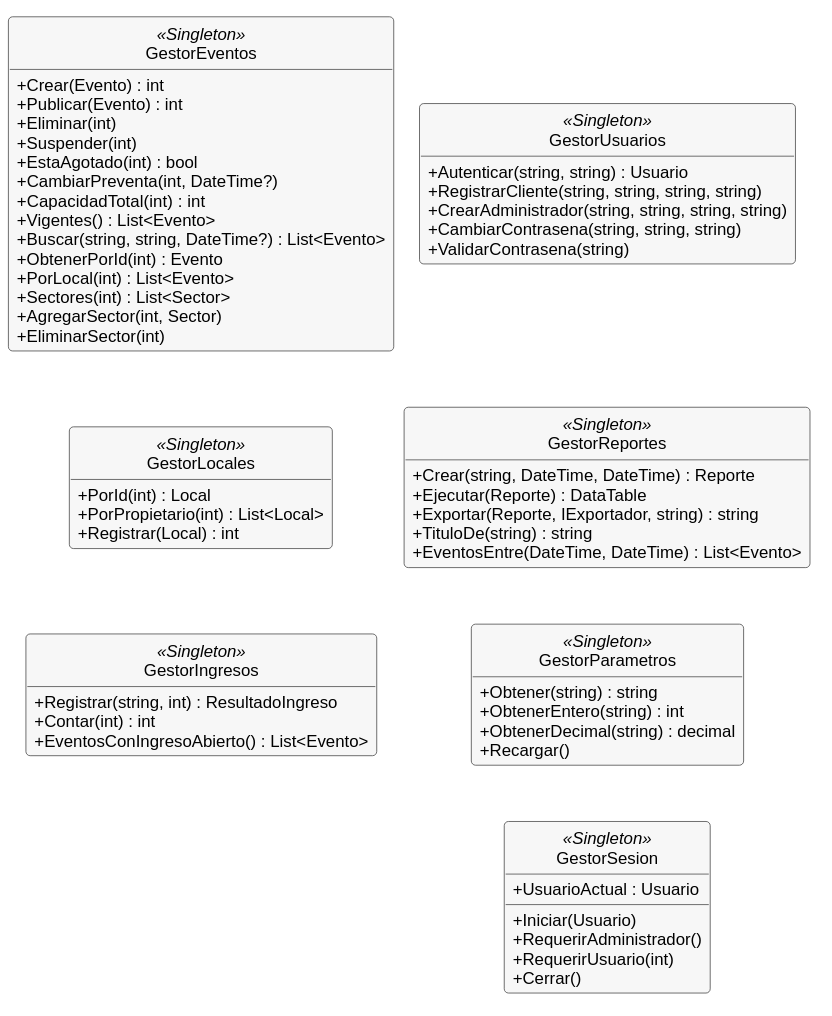
MaximoAmbro/TrabajoDeDiploma keeps this PlantUML diagram as docs/diagramas/clases-5-negocio-administracion.svg. Above is the earlier version.
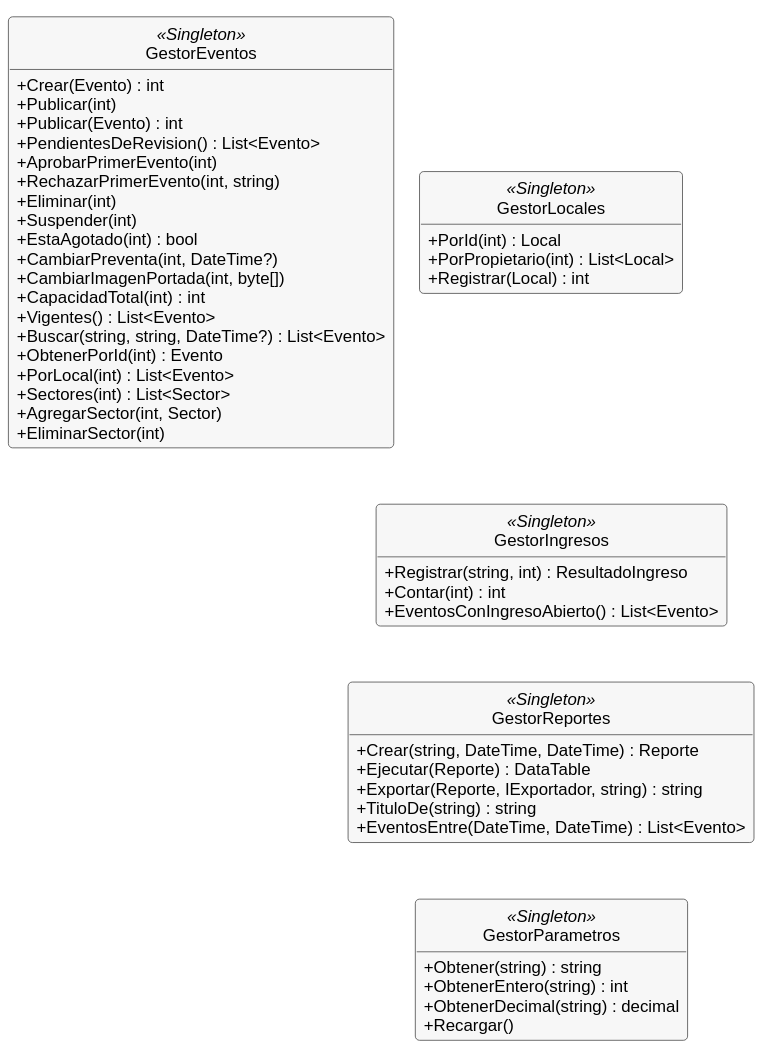
After the change.

Change to the diagram source:
```diff
@@ -6,11 +6,16 @@
 
 class GestorEventos <<Singleton>> {
   + Crear(Evento) : int
+  + Publicar(int)
   + Publicar(Evento) : int
+  + PendientesDeRevision() : List<Evento>
+  + AprobarPrimerEvento(int)
+  + RechazarPrimerEvento(int, string)
   + Eliminar(int)
   + Suspender(int)
   + EstaAgotado(int) : bool
   + CambiarPreventa(int, DateTime?)
+  + CambiarImagenPortada(int, byte[])
   + CapacidadTotal(int) : int
   + Vigentes() : List<Evento>
   + Buscar(string, string, DateTime?) : List<Evento>
@@ -30,13 +35,6 @@
   + Contar(int) : int
   + EventosConIngresoAbierto() : List<Evento>
 }
-class GestorUsuarios <<Singleton>> {
-  + Autenticar(string, string) : Usuario
-  + RegistrarCliente(string, string, string, string)
-  + CrearAdministrador(string, string, string, string)
-  + CambiarContrasena(string, string, string)
-  + ValidarContrasena(string)
-}
 class GestorReportes <<Singleton>> {
   + Crear(string, DateTime, DateTime) : Reporte
   + Ejecutar(Reporte) : DataTable
@@ -50,18 +48,9 @@
   + ObtenerDecimal(string) : decimal
   + Recargar()
 }
-class GestorSesion <<Singleton>> {
-  + UsuarioActual : Usuario
-  + Iniciar(Usuario)
-  + RequerirAdministrador()
-  + RequerirUsuario(int)
-  + Cerrar()
-}
 
-GestorEventos -[hidden]down- GestorLocales
+GestorEventos -[hidden]right- GestorLocales
 GestorLocales -[hidden]down- GestorIngresos
-GestorUsuarios -[hidden]down- GestorReportes
+GestorIngresos -[hidden]down- GestorReportes
 GestorReportes -[hidden]down- GestorParametros
-GestorParametros -[hidden]down- GestorSesion
-GestorEventos -[hidden]right- GestorUsuarios
 @enduml
```
